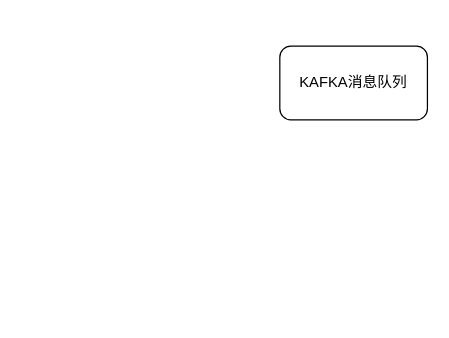
Above: message.drawio in yoooknight/Git (draw.io), before the change. Source tidied: cells renumbered, new cells numbered last; positions are measured from the earlier drawing's top-left corner, leaving out a move shared by most shapes. Both pictures are drawn from the tidied source at 123%, with x=0, y=0 at pixel (279, 46).
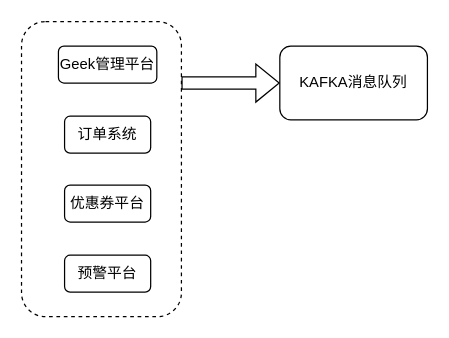
Above is the later version.

The edit, as a diff of the source:
```diff
@@
 <mxGraphModel>
   <root>
     <mxCell id="0" />
     <mxCell id="1" parent="0" />
+    <mxCell id="3" style="rounded=1;whiteSpace=wrap;html=1;dashed=1;" parent="1" vertex="1">
+      <mxGeometry x="-210" y="-20" width="130" height="240" as="geometry" />
+    </mxCell>
     <mxCell id="2" value="KAFKA消息队列" style="rounded=1;whiteSpace=wrap;html=1;" parent="1" vertex="1">
       <mxGeometry width="120" height="60" as="geometry" />
     </mxCell>
+    <mxCell id="4" value="订单系统" style="rounded=1;whiteSpace=wrap;html=1;" parent="1" vertex="1">
+      <mxGeometry x="-175" y="57" width="70" height="30" as="geometry" />
+    </mxCell>
+    <mxCell id="5" value="Geek管理平台" style="rounded=1;whiteSpace=wrap;html=1;" parent="1" vertex="1">
+      <mxGeometry x="-180" width="80" height="30" as="geometry" />
+    </mxCell>
+    <mxCell id="6" value="预警平台" style="rounded=1;whiteSpace=wrap;html=1;" parent="1" vertex="1">
+      <mxGeometry x="-175" y="170" width="70" height="30" as="geometry" />
+    </mxCell>
+    <mxCell id="7" value="优惠券平台" style="rounded=1;whiteSpace=wrap;html=1;" parent="1" vertex="1">
+      <mxGeometry x="-175" y="113" width="70" height="30" as="geometry" />
+    </mxCell>
+    <mxCell id="8" style="shape=flexArrow;endArrow=classic;html=1;rounded=0;entryX=0;entryY=0.5;entryDx=0;entryDy=0;" parent="1" edge="1" target="2">
+      <mxGeometry relative="1" as="geometry">
+        <mxPoint x="-80" y="30" as="sourcePoint" />
+      </mxGeometry>
+    </mxCell>
   </root>
 </mxGraphModel>
```
